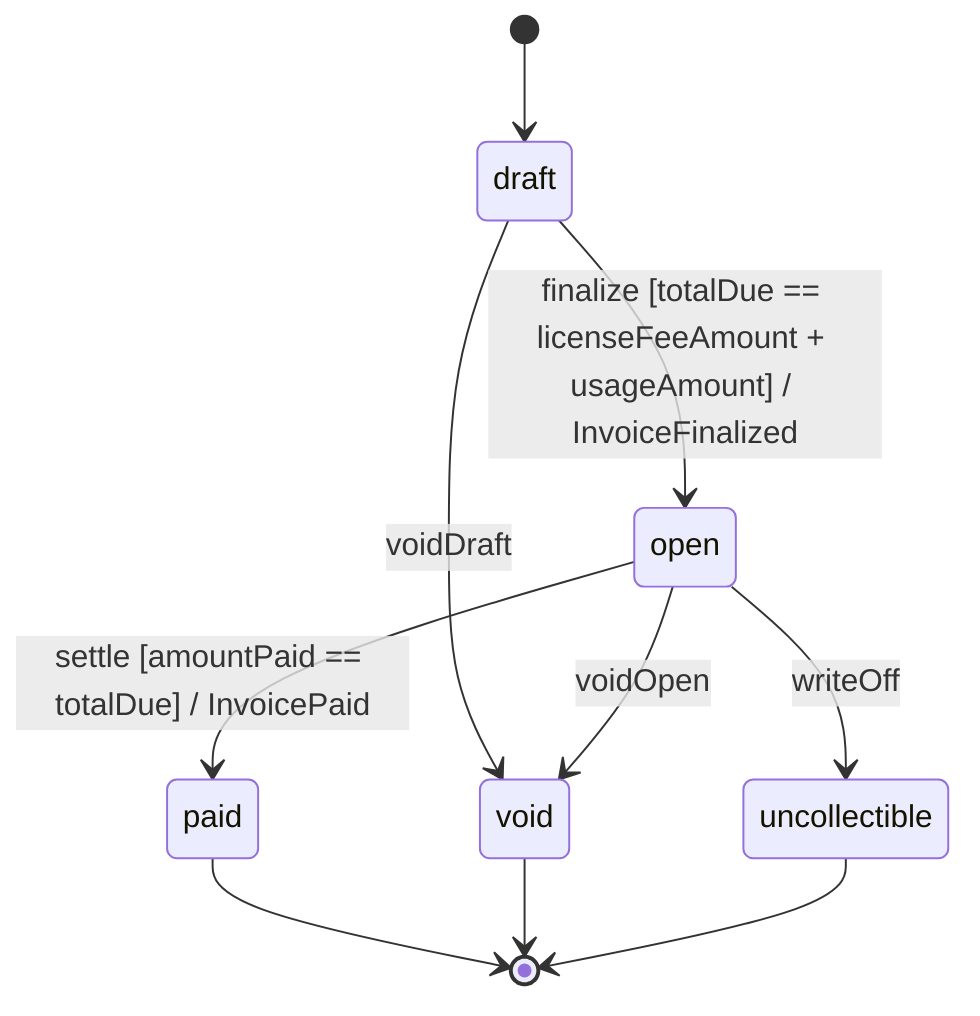
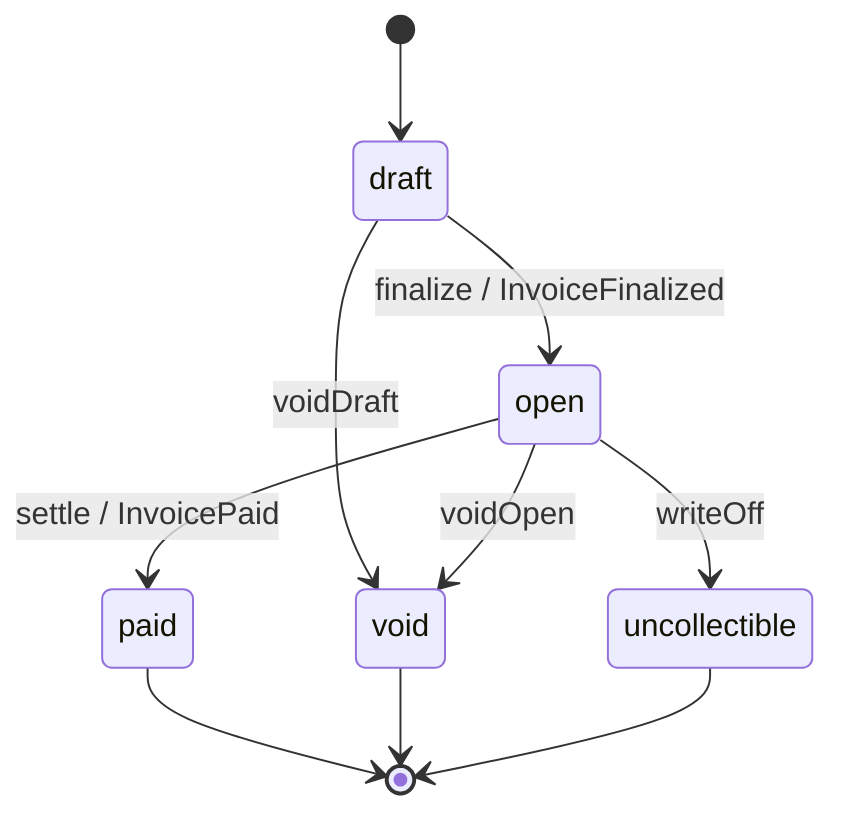
%% generated by lattice; do not edit
stateDiagram-v2
  [*] --> draft
-   draft --> open: finalize [totalDue == licenseFeeAmount + usageAmount] / InvoiceFinalized
-   open --> paid: settle [amountPaid == totalDue] / InvoicePaid
+   draft --> open: finalize / InvoiceFinalized
+   open --> paid: settle / InvoicePaid
  draft --> void: voidDraft
  open --> void: voidOpen
  open --> uncollectible: writeOff
  paid --> [*]
  void --> [*]
  uncollectible --> [*]
